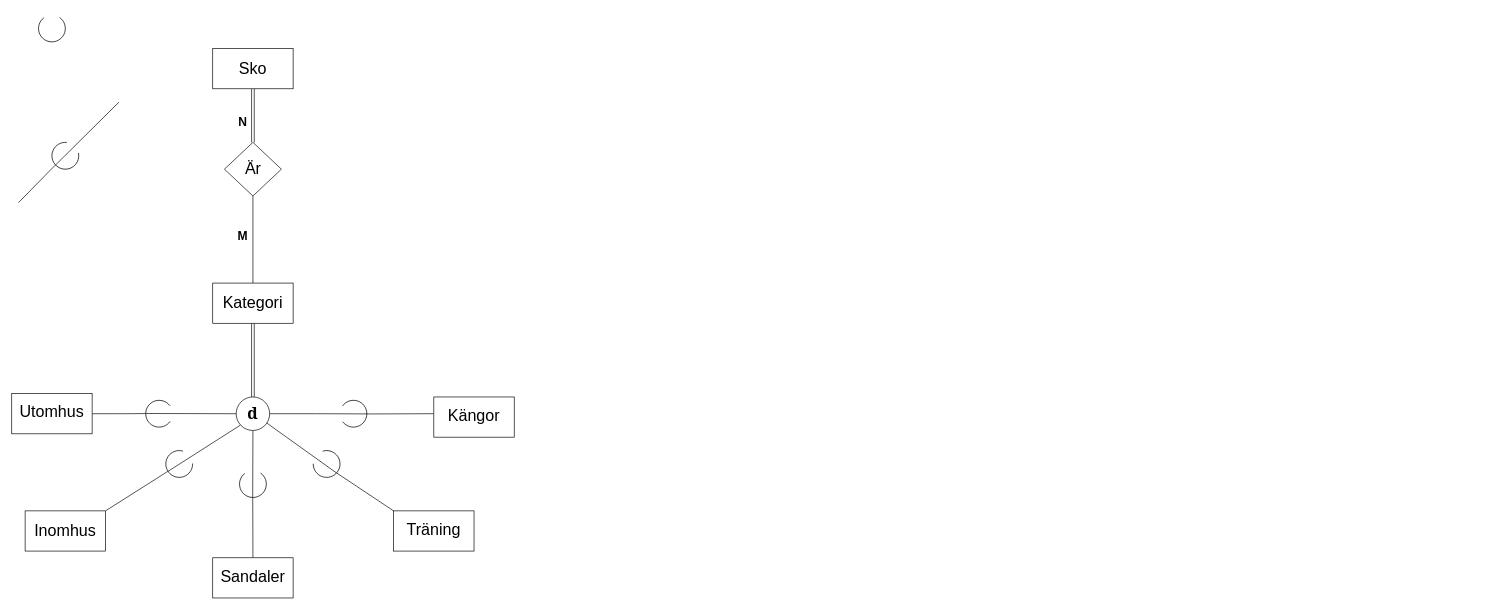
Earlier version of the draw.io diagram Untitled Diagram.drawio (Sondaicus/Databasteknik-uppgift-1). Source tidied: cells renumbered, new cells numbered last; positions are measured from the earlier drawing's top-left corner, leaving out a move shared by most shapes. Both pictures are drawn from the tidied source at 67%, with x=0, y=0 at pixel (11, 15).
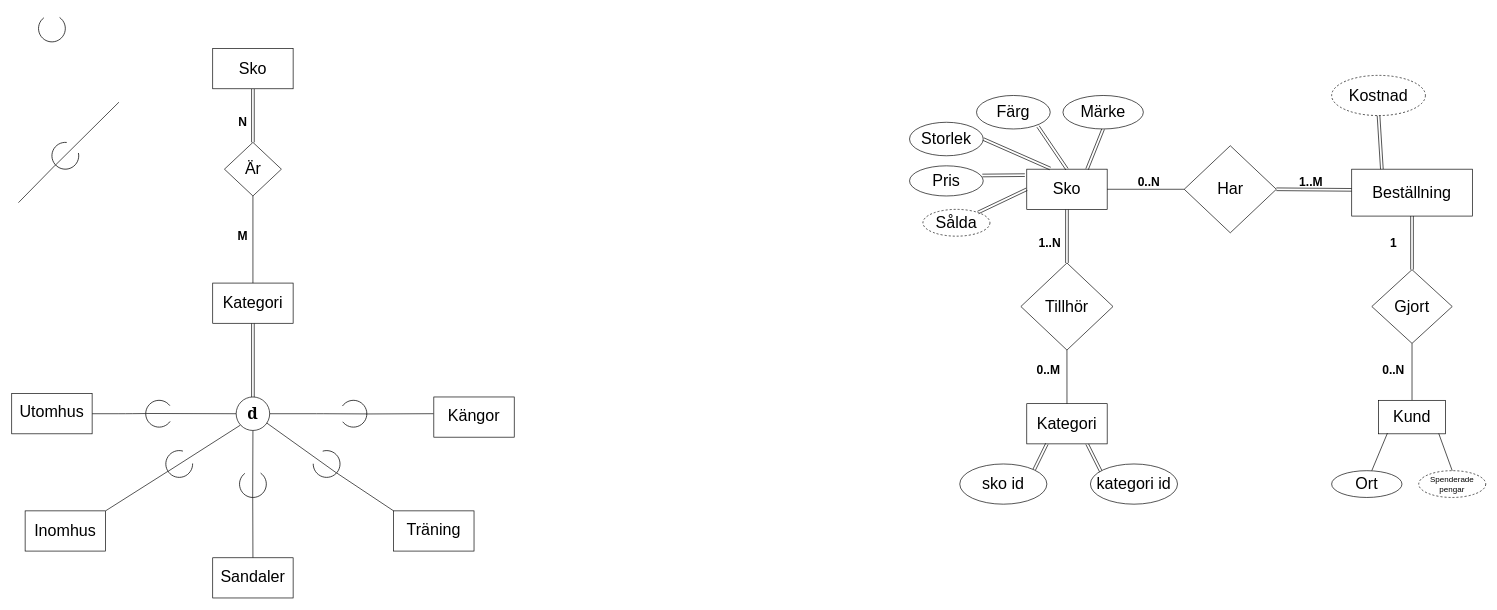
The same page after the edit.

Diff of the diagram source:
```diff
@@
+    <mxCell id="35" style="rounded=0;jettySize=auto;html=1;exitX=0.5;exitY=1;exitDx=0;exitDy=0;entryX=0.5;entryY=0;entryDx=0;entryDy=0;shape=link;" parent="1" edge="1" source="36" target="37">
+      <mxGeometry relative="1" as="geometry" />
+    </mxCell>
+    <mxCell id="36" value="&lt;font style=&quot;font-size: 24px&quot;&gt;Sko&lt;/font&gt;" style="rounded=0;whiteSpace=wrap;html=1;" parent="1" vertex="1">
+      <mxGeometry x="1515" y="230" width="120" height="60" as="geometry" />
+    </mxCell>
+    <mxCell id="37" value="&lt;font style=&quot;font-size: 24px&quot;&gt;Tillhör&lt;/font&gt;" style="rhombus;whiteSpace=wrap;html=1;" parent="1" vertex="1">
+      <mxGeometry x="1506.2" y="370" width="137.5" height="130" as="geometry" />
+    </mxCell>
+    <mxCell id="38" style="edgeStyle=none;shape=link;rounded=0;jettySize=auto;html=1;exitX=0.75;exitY=1;exitDx=0;exitDy=0;entryX=0.154;entryY=0.333;entryDx=0;entryDy=0;entryPerimeter=0;" parent="1" edge="1" source="39" target="53">
+      <mxGeometry relative="1" as="geometry" />
+    </mxCell>
+    <mxCell id="39" value="&lt;font style=&quot;font-size: 24px&quot;&gt;Kategori&lt;/font&gt;" style="rounded=0;whiteSpace=wrap;html=1;" parent="1" vertex="1">
+      <mxGeometry x="1515" y="580" width="120" height="60" as="geometry" />
+    </mxCell>
+    <mxCell id="40" style="endArrow=none;html=1;entryX=0.5;entryY=1;entryDx=0;entryDy=0;exitX=0.5;exitY=0;exitDx=0;exitDy=0;" parent="1" edge="1" source="39" target="37">
+      <mxGeometry relative="1" as="geometry" />
+    </mxCell>
+    <mxCell id="41" value="&lt;font style=&quot;font-size: 18px&quot;&gt;&lt;b&gt;1..N&lt;/b&gt;&lt;/font&gt;" style="text;html=1;strokeColor=none;fillColor=none;align=center;verticalAlign=middle;whiteSpace=wrap;rounded=0;" parent="1" vertex="1">
+      <mxGeometry x="1530" y="330" width="39" height="20" as="geometry" />
+    </mxCell>
+    <mxCell id="42" value="&lt;font style=&quot;font-size: 18px&quot;&gt;&lt;b&gt;0..M&lt;/b&gt;&lt;/font&gt;" style="text;html=1;strokeColor=none;fillColor=none;align=center;verticalAlign=middle;whiteSpace=wrap;rounded=0;" parent="1" vertex="1">
+      <mxGeometry x="1520" y="520" width="55" height="20" as="geometry" />
+    </mxCell>
+    <mxCell id="43" style="shape=link;rounded=0;jettySize=auto;html=1;exitX=0.988;exitY=0.321;exitDx=0;exitDy=0;entryX=-0.024;entryY=0.148;entryDx=0;entryDy=0;entryPerimeter=0;exitPerimeter=0;" parent="1" edge="1" source="44" target="36">
+      <mxGeometry relative="1" as="geometry" />
+    </mxCell>
+    <mxCell id="44" value="&lt;font style=&quot;font-size: 24px&quot;&gt;Pris&lt;/font&gt;" style="ellipse;whiteSpace=wrap;html=1;" parent="1" vertex="1">
+      <mxGeometry x="1340" y="225" width="110" height="45" as="geometry" />
+    </mxCell>
+    <mxCell id="45" style="rounded=0;jettySize=auto;html=1;exitX=0.835;exitY=0.926;exitDx=0;exitDy=0;shape=link;entryX=0.5;entryY=0;entryDx=0;entryDy=0;exitPerimeter=0;" parent="1" edge="1" source="46" target="36">
+      <mxGeometry relative="1" as="geometry" />
+    </mxCell>
+    <mxCell id="46" value="&lt;font style=&quot;font-size: 24px&quot;&gt;Färg&lt;/font&gt;" style="ellipse;whiteSpace=wrap;html=1;" parent="1" vertex="1">
+      <mxGeometry x="1440" y="120" width="110" height="50" as="geometry" />
+    </mxCell>
+    <mxCell id="47" style="edgeStyle=none;shape=link;rounded=0;jettySize=auto;html=1;exitX=1;exitY=0.5;exitDx=0;exitDy=0;" parent="1" edge="1" source="48">
+      <mxGeometry relative="1" as="geometry">
+        <mxPoint x="1550" y="229" as="targetPoint" />
+      </mxGeometry>
+    </mxCell>
+    <mxCell id="48" value="&lt;font style=&quot;font-size: 24px&quot;&gt;Storlek&lt;/font&gt;" style="ellipse;whiteSpace=wrap;html=1;" parent="1" vertex="1">
+      <mxGeometry x="1340" y="160" width="110" height="50" as="geometry" />
+    </mxCell>
+    <mxCell id="49" style="edgeStyle=none;shape=link;rounded=0;jettySize=auto;html=1;exitX=0.5;exitY=1;exitDx=0;exitDy=0;entryX=0.75;entryY=0;entryDx=0;entryDy=0;" parent="1" edge="1" source="50" target="36">
+      <mxGeometry relative="1" as="geometry" />
+    </mxCell>
+    <mxCell id="50" value="&lt;font style=&quot;font-size: 24px&quot;&gt;Märke&lt;/font&gt;" style="ellipse;whiteSpace=wrap;html=1;" parent="1" vertex="1">
+      <mxGeometry x="1569" y="120" width="120" height="50" as="geometry" />
+    </mxCell>
+    <mxCell id="51" style="edgeStyle=none;shape=link;rounded=0;jettySize=auto;html=1;exitX=1;exitY=0;exitDx=0;exitDy=0;entryX=0.25;entryY=1;entryDx=0;entryDy=0;" parent="1" edge="1" source="52" target="39">
+      <mxGeometry relative="1" as="geometry" />
+    </mxCell>
+    <mxCell id="52" value="&lt;font style=&quot;font-size: 24px&quot;&gt;sko id&lt;/font&gt;" style="ellipse;whiteSpace=wrap;html=1;" parent="1" vertex="1">
+      <mxGeometry x="1415" y="670" width="130" height="60" as="geometry" />
+    </mxCell>
+    <mxCell id="53" value="&lt;font style=&quot;font-size: 24px&quot;&gt;kategori id&lt;/font&gt;" style="ellipse;whiteSpace=wrap;html=1;" parent="1" vertex="1">
+      <mxGeometry x="1610" y="670" width="130" height="60" as="geometry" />
+    </mxCell>
+    <mxCell id="54" value="&lt;font style=&quot;font-size: 24px&quot;&gt;Beställning&lt;/font&gt;" style="rounded=0;whiteSpace=wrap;html=1;" parent="1" vertex="1">
+      <mxGeometry x="2000" y="230" width="180" height="70" as="geometry" />
+    </mxCell>
+    <mxCell id="55" value="&lt;font style=&quot;font-size: 24px&quot;&gt;Har&lt;/font&gt;" style="rhombus;whiteSpace=wrap;html=1;" parent="1" vertex="1">
+      <mxGeometry x="1750" y="195" width="137.5" height="130" as="geometry" />
+    </mxCell>
+    <mxCell id="56" style="endArrow=none;html=1;entryX=1;entryY=0.5;entryDx=0;entryDy=0;exitX=-0.001;exitY=0.441;exitDx=0;exitDy=0;shape=link;exitPerimeter=0;" parent="1" edge="1" source="54" target="55">
+      <mxGeometry relative="1" as="geometry" />
+    </mxCell>
+    <mxCell id="57" value="&lt;font style=&quot;font-size: 18px&quot;&gt;&lt;b&gt;1..M&lt;/b&gt;&lt;/font&gt;" style="text;html=1;strokeColor=none;fillColor=none;align=center;verticalAlign=middle;whiteSpace=wrap;rounded=0;" parent="1" vertex="1">
+      <mxGeometry x="1920" y="240" width="39" height="20" as="geometry" />
+    </mxCell>
+    <mxCell id="58" value="&lt;font style=&quot;font-size: 18px&quot;&gt;&lt;b&gt;0..N&lt;/b&gt;&lt;/font&gt;" style="text;html=1;strokeColor=none;fillColor=none;align=center;verticalAlign=middle;whiteSpace=wrap;rounded=0;" parent="1" vertex="1">
+      <mxGeometry x="1670" y="240" width="55" height="20" as="geometry" />
+    </mxCell>
+    <mxCell id="59" style="endArrow=none;html=1;exitX=1;exitY=0.5;exitDx=0;exitDy=0;entryX=0;entryY=0.5;entryDx=0;entryDy=0;" parent="1" edge="1" source="36" target="55">
+      <mxGeometry relative="1" as="geometry" />
+    </mxCell>
+    <mxCell id="60" value="&lt;font style=&quot;font-size: 24px&quot;&gt;Kostnad&lt;/font&gt;" style="ellipse;whiteSpace=wrap;html=1;align=center;dashed=1;" parent="1" vertex="1">
+      <mxGeometry x="1970" y="90" width="140" height="60" as="geometry" />
+    </mxCell>
+    <mxCell id="61" style="endArrow=none;html=1;entryX=0.5;entryY=1;entryDx=0;entryDy=0;exitX=0.25;exitY=0;exitDx=0;exitDy=0;shape=link;" parent="1" edge="1" source="54" target="60">
+      <mxGeometry relative="1" as="geometry" />
+    </mxCell>
+    <mxCell id="62" value="&lt;font style=&quot;font-size: 24px&quot;&gt;Gjort&lt;/font&gt;" style="rhombus;whiteSpace=wrap;html=1;" parent="1" vertex="1">
+      <mxGeometry x="2030" y="380" width="120" height="110" as="geometry" />
+    </mxCell>
+    <mxCell id="63" style="endArrow=none;html=1;entryX=0.5;entryY=1;entryDx=0;entryDy=0;shape=link;" parent="1" edge="1" source="62" target="54">
+      <mxGeometry relative="1" as="geometry" />
+    </mxCell>
+    <mxCell id="64" value="&lt;span style=&quot;font-size: 18px&quot;&gt;&lt;b&gt;1&lt;/b&gt;&lt;/span&gt;" style="text;html=1;strokeColor=none;fillColor=none;align=center;verticalAlign=middle;whiteSpace=wrap;rounded=0;" parent="1" vertex="1">
+      <mxGeometry x="2045" y="330" width="35" height="20" as="geometry" />
+    </mxCell>
+    <mxCell id="65" style="endArrow=none;html=1;entryX=0.5;entryY=1;entryDx=0;entryDy=0;exitX=0.5;exitY=0;exitDx=0;exitDy=0;" parent="1" edge="1" source="66" target="62">
+      <mxGeometry relative="1" as="geometry" />
+    </mxCell>
+    <mxCell id="66" value="&lt;font style=&quot;font-size: 24px&quot;&gt;Kund&lt;/font&gt;" style="rounded=0;whiteSpace=wrap;html=1;" parent="1" vertex="1">
+      <mxGeometry x="2040" y="575" width="100" height="50" as="geometry" />
+    </mxCell>
+    <mxCell id="67" value="&lt;font style=&quot;font-size: 18px&quot;&gt;&lt;b&gt;0..N&lt;/b&gt;&lt;/font&gt;" style="text;html=1;strokeColor=none;fillColor=none;align=center;verticalAlign=middle;whiteSpace=wrap;rounded=0;" parent="1" vertex="1">
+      <mxGeometry x="2040" y="520" width="45" height="20" as="geometry" />
+    </mxCell>
+    <mxCell id="68" value="&lt;font style=&quot;font-size: 24px&quot;&gt;Ort&lt;/font&gt;" style="ellipse;whiteSpace=wrap;html=1;" parent="1" vertex="1">
+      <mxGeometry x="1970" y="680" width="105" height="40" as="geometry" />
+    </mxCell>
+    <mxCell id="69" style="endArrow=none;html=1;entryX=0.133;entryY=0.98;entryDx=0;entryDy=0;exitX=0.571;exitY=0;exitDx=0;exitDy=0;entryPerimeter=0;exitPerimeter=0;" parent="1" edge="1" source="68" target="66">
+      <mxGeometry relative="1" as="geometry" />
+    </mxCell>
+    <mxCell id="70" value="&lt;font style=&quot;font-size: 12px&quot;&gt;Spenderade pengar&lt;/font&gt;" style="ellipse;whiteSpace=wrap;html=1;align=center;dashed=1;" parent="1" vertex="1">
+      <mxGeometry x="2100" y="680" width="100" height="40" as="geometry" />
+    </mxCell>
+    <mxCell id="71" style="endArrow=none;html=1;entryX=0.899;entryY=0.991;entryDx=0;entryDy=0;entryPerimeter=0;exitX=0.5;exitY=0;exitDx=0;exitDy=0;" parent="1" edge="1" source="70" target="66">
+      <mxGeometry relative="1" as="geometry" />
+    </mxCell>
+    <mxCell id="72" value="&lt;font style=&quot;font-size: 24px&quot;&gt;Sålda&lt;/font&gt;" style="ellipse;whiteSpace=wrap;html=1;align=center;dashed=1;" parent="1" vertex="1">
+      <mxGeometry x="1360" y="290" width="100" height="40" as="geometry" />
+    </mxCell>
+    <mxCell id="73" style="endArrow=none;html=1;entryX=0;entryY=0.5;entryDx=0;entryDy=0;shape=link;" parent="1" edge="1" source="72" target="36">
+      <mxGeometry relative="1" as="geometry" />
+    </mxCell>
```
